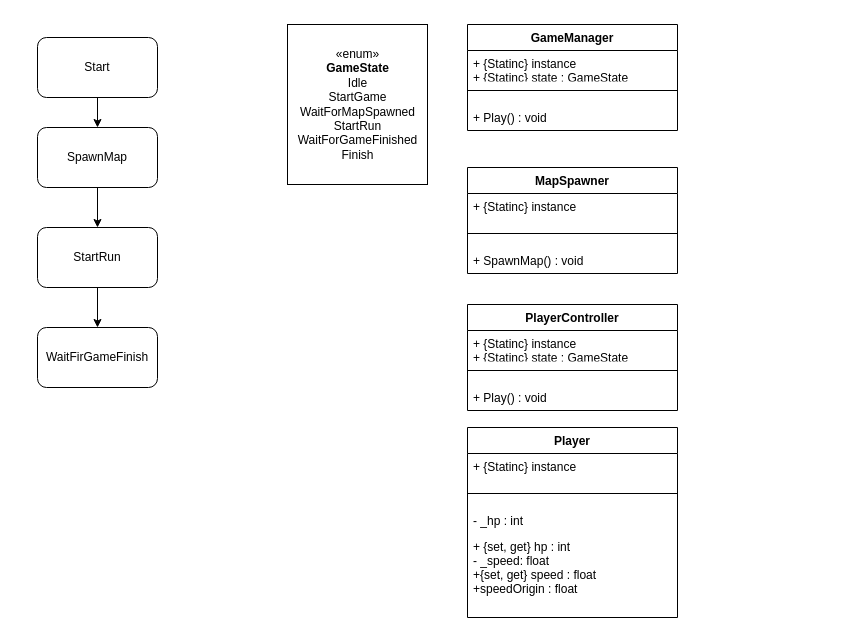
Earlier version of the draw.io diagram TowerDefence/RunnerFlowChart.drawio (arkseraph3773/UnityLessonBasic_Projects_Nowon2000_2200). Source tidied: cells renumbered, new cells numbered last; positions are measured from the earlier drawing's top-left corner, leaving out a move shared by most shapes. Both pictures are drawn from the tidied source at 100%, with x=0, y=0 at pixel (37, 24).
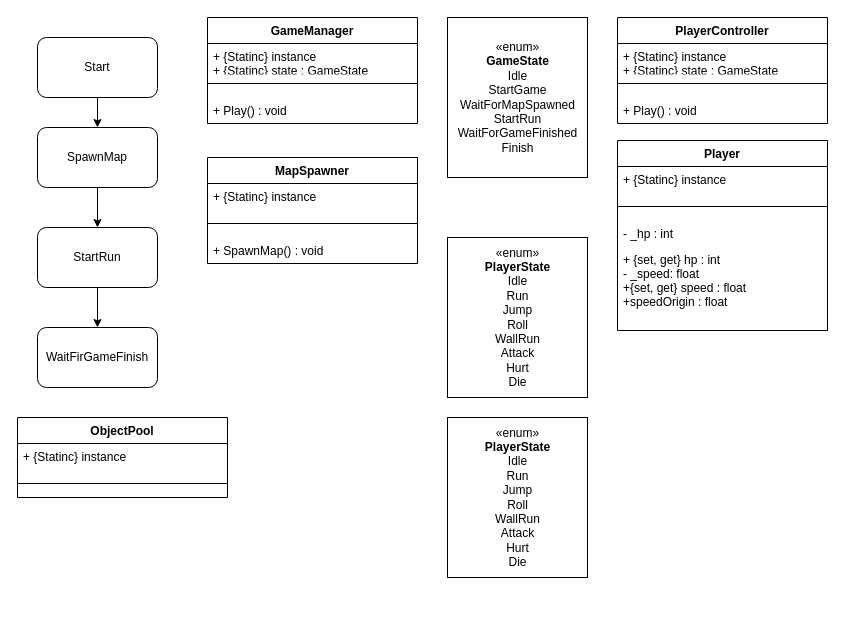
The same page after the edit.

Change to the diagram source:
```diff
@@
     <mxCell id="9" value="GameManager" style="swimlane;fontStyle=1;align=center;verticalAlign=top;horizontal=1;startSize=26;" parent="1" vertex="1">
-      <mxGeometry x="430" width="210" height="106" as="geometry" />
+      <mxGeometry x="170" y="-7" width="210" height="106" as="geometry" />
     </mxCell>
@@
     <mxCell id="13" value="«enum»&lt;br&gt;&lt;b&gt;GameState&lt;br&gt;&lt;/b&gt;Idle&lt;br&gt;StartGame&lt;br&gt;WaitForMapSpawned&lt;br&gt;StartRun&lt;br&gt;WaitForGameFinished&lt;br&gt;Finish" style="html=1;" parent="1" vertex="1">
-      <mxGeometry x="250" width="140" height="160" as="geometry" />
+      <mxGeometry x="410" y="-7" width="140" height="160" as="geometry" />
     </mxCell>
     <mxCell id="14" value="MapSpawner" style="swimlane;fontStyle=1;align=center;verticalAlign=top;horizontal=1;startSize=26;" parent="1" vertex="1">
-      <mxGeometry x="430" y="143" width="210" height="106" as="geometry" />
+      <mxGeometry x="170" y="133" width="210" height="106" as="geometry" />
     </mxCell>
@@
     <mxCell id="18" value="PlayerController" style="swimlane;fontStyle=1;align=center;verticalAlign=top;horizontal=1;startSize=26;" parent="1" vertex="1">
-      <mxGeometry x="430" y="280" width="210" height="106" as="geometry" />
+      <mxGeometry x="580" y="-7" width="210" height="106" as="geometry" />
     </mxCell>
@@
     <mxCell id="22" value="Player" style="swimlane;fontStyle=1;align=center;verticalAlign=top;horizontal=1;startSize=26;" parent="1" vertex="1">
-      <mxGeometry x="430" y="403" width="210" height="190" as="geometry" />
+      <mxGeometry x="580" y="116" width="210" height="190" as="geometry" />
     </mxCell>
@@
+    <mxCell id="27" value="ObjectPool" style="swimlane;fontStyle=1;align=center;verticalAlign=top;horizontal=1;startSize=26;" parent="1" vertex="1">
+      <mxGeometry x="-20" y="393" width="210" height="80" as="geometry" />
+    </mxCell>
+    <mxCell id="28" value="+ {Statinc} instance" style="text;strokeColor=none;fillColor=none;align=left;verticalAlign=top;spacingLeft=4;spacingRight=4;overflow=hidden;" parent="27" vertex="1">
+      <mxGeometry y="26" width="210" height="26" as="geometry" />
+    </mxCell>
+    <mxCell id="29" style="line;strokeWidth=1;fillColor=none;align=left;verticalAlign=middle;spacingTop=-1;spacingLeft=3;spacingRight=3;labelPosition=right;" parent="27" vertex="1">
+      <mxGeometry y="52" width="210" height="28" as="geometry" />
+    </mxCell>
+    <mxCell id="30" value="«enum»&lt;br&gt;&lt;b&gt;PlayerState&lt;br&gt;&lt;/b&gt;Idle&lt;br&gt;Run&lt;br&gt;Jump&lt;br&gt;Roll&lt;br&gt;WallRun&lt;br&gt;Attack&lt;br&gt;Hurt&lt;br&gt;Die" style="html=1;" parent="1" vertex="1">
+      <mxGeometry x="410" y="213" width="140" height="160" as="geometry" />
+    </mxCell>
+    <mxCell id="31" value="«enum»&lt;br&gt;&lt;b&gt;PlayerState&lt;br&gt;&lt;/b&gt;Idle&lt;br&gt;Run&lt;br&gt;Jump&lt;br&gt;Roll&lt;br&gt;WallRun&lt;br&gt;Attack&lt;br&gt;Hurt&lt;br&gt;Die" style="html=1;" parent="1" vertex="1">
+      <mxGeometry x="410" y="393" width="140" height="160" as="geometry" />
+    </mxCell>
```
